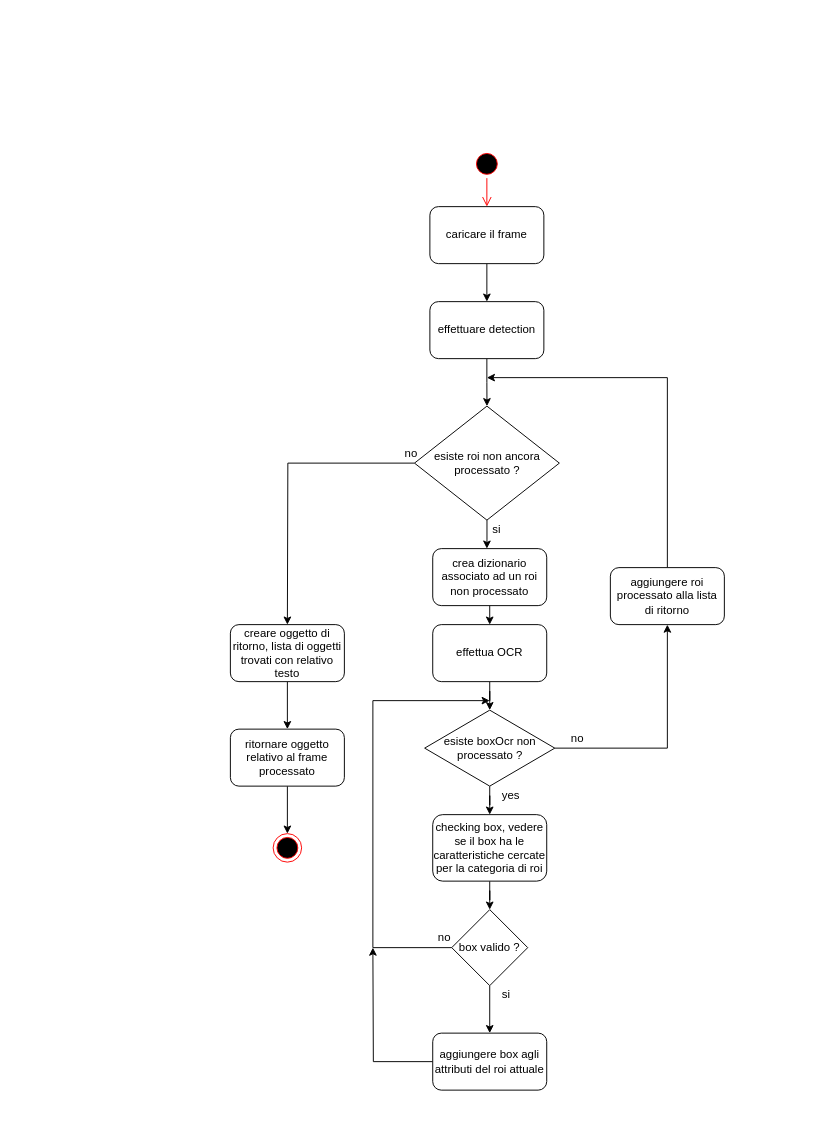
The draw.io diagram report/uml_activity.drawio in Andrew-Wyn/ing_SW_DIL, before the edit. Source tidied: cells renumbered, new cells numbered last; positions are measured from the earlier drawing's top-left corner, leaving out a move shared by most shapes. Both pictures are drawn from the tidied source at 95%, with x=0, y=0 at pixel (230, 149).
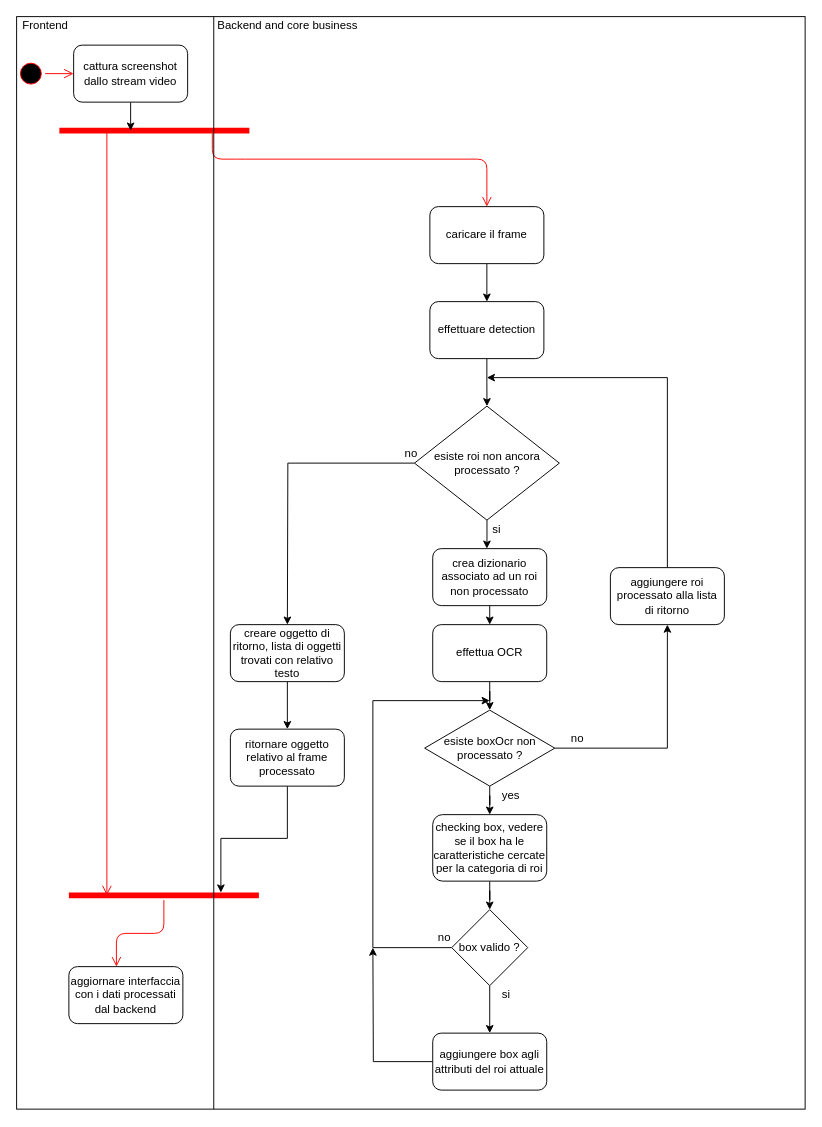
After the change.

Commit message (it also covers changes not shown here):
modified activity and state diagrams, and adjusted their descriptions

Unchanged cells that the change refers to:
```xml
<mxCell id="3" value="caricare il frame" style="rounded=1;whiteSpace=wrap;html=1;" parent="1" vertex="1">
  <mxGeometry x="210" y="60" width="120" height="60" as="geometry" />
</mxCell>
<mxCell id="28" value="ritornare oggetto relativo al frame processato" style="rounded=1;whiteSpace=wrap;html=1;" parent="1" vertex="1">
  <mxGeometry y="610" width="120" height="60" as="geometry" />
</mxCell>
```

What changed in the source:
```diff
@@
+    <mxCell id="38" style="rounded=0;whiteSpace=wrap;html=1;" parent="1" vertex="1">
+      <mxGeometry x="-225" y="-140" width="830" height="1150" as="geometry" />
+    </mxCell>
@@
-    <mxCell id="27" style="edgeStyle=orthogonalEdgeStyle;rounded=0;jettySize=auto;html=1;" parent="1" edge="1" source="28" target="37">
+    <mxCell id="27" style="edgeStyle=orthogonalEdgeStyle;rounded=0;jettySize=auto;html=1;entryX=0.8;entryY=0.2;entryDx=0;entryDy=0;entryPerimeter=0;" parent="1" edge="1" source="28" target="39">
       <mxGeometry relative="1" as="geometry" />
     </mxCell>
@@
-    <mxCell id="35" style="ellipse;html=1;shape=startState;fillColor=#000000;strokeColor=#ff0000;" parent="1" vertex="1">
-      <mxGeometry x="255" width="30" height="30" as="geometry" />
-    </mxCell>
-    <mxCell id="36" style="edgeStyle=orthogonalEdgeStyle;html=1;verticalAlign=bottom;endArrow=open;endSize=8;strokeColor=#ff0000;" parent="1" edge="1" source="35" target="3">
-      <mxGeometry relative="1" as="geometry" />
-    </mxCell>
-    <mxCell id="37" style="ellipse;html=1;shape=endState;fillColor=#000000;strokeColor=#ff0000;" parent="1" vertex="1">
-      <mxGeometry x="45" y="720" width="30" height="30" as="geometry" />
-    </mxCell>
+    <mxCell id="39" style="shape=line;html=1;strokeWidth=6;strokeColor=#ff0000;" parent="1" vertex="1">
+      <mxGeometry x="-170" y="780" width="200" height="10" as="geometry" />
+    </mxCell>
+    <mxCell id="40" style="edgeStyle=orthogonalEdgeStyle;html=1;verticalAlign=bottom;endArrow=open;endSize=8;strokeColor=#ff0000;entryX=0.417;entryY=0;entryDx=0;entryDy=0;entryPerimeter=0;" parent="1" edge="1" source="39" target="46">
+      <mxGeometry relative="1" as="geometry" />
+    </mxCell>
+    <mxCell id="41" style="shape=line;html=1;strokeWidth=6;strokeColor=#ff0000;" parent="1" vertex="1">
+      <mxGeometry x="-180" y="-25" width="200" height="10" as="geometry" />
+    </mxCell>
+    <mxCell id="42" style="edgeStyle=orthogonalEdgeStyle;html=1;verticalAlign=bottom;endArrow=open;endSize=8;strokeColor=#ff0000;exitX=0.25;exitY=0.5;exitDx=0;exitDy=0;exitPerimeter=0;entryX=0.2;entryY=0.5;entryDx=0;entryDy=0;entryPerimeter=0;" parent="1" edge="1" source="41" target="39">
+      <mxGeometry relative="1" as="geometry" />
+    </mxCell>
+    <mxCell id="43" style="edgeStyle=orthogonalEdgeStyle;html=1;verticalAlign=bottom;endArrow=open;endSize=8;strokeColor=#ff0000;exitX=0.805;exitY=0.8;exitDx=0;exitDy=0;exitPerimeter=0;" parent="1" edge="1" source="41">
+      <mxGeometry relative="1" as="geometry">
+        <mxPoint x="270" y="60" as="targetPoint" />
+        <Array as="points">
+          <mxPoint x="6" y="10" />
+          <mxPoint x="270" y="10" />
+          <mxPoint x="270" y="60" />
+        </Array>
+      </mxGeometry>
+    </mxCell>
+    <mxCell id="44" style="edgeStyle=orthogonalEdgeStyle;rounded=0;jettySize=auto;html=1;" parent="1" edge="1" source="45">
+      <mxGeometry relative="1" as="geometry">
+        <mxPoint x="-105" y="-20" as="targetPoint" />
+      </mxGeometry>
+    </mxCell>
+    <mxCell id="45" value="cattura screenshot&lt;br&gt;dallo stream video" style="rounded=1;whiteSpace=wrap;html=1;" parent="1" vertex="1">
+      <mxGeometry x="-165" y="-110" width="120" height="60" as="geometry" />
+    </mxCell>
+    <mxCell id="46" value="aggiornare interfaccia&lt;br&gt;con i dati processati dal backend" style="rounded=1;whiteSpace=wrap;html=1;" parent="1" vertex="1">
+      <mxGeometry x="-170" y="860" width="120" height="60" as="geometry" />
+    </mxCell>
+    <mxCell id="47" style="endArrow=none;html=1;entryX=0.25;entryY=0;entryDx=0;entryDy=0;exitX=0.25;exitY=1;exitDx=0;exitDy=0;" parent="1" edge="1" source="38" target="38">
+      <mxGeometry relative="1" as="geometry" />
+    </mxCell>
+    <mxCell id="48" value="Frontend" style="text;html=1;align=center;verticalAlign=middle;" parent="1" vertex="1">
+      <mxGeometry x="-225" y="-140" width="60" height="20" as="geometry" />
+    </mxCell>
+    <mxCell id="49" value="Backend and core business" style="text;html=1;align=center;verticalAlign=middle;" parent="1" vertex="1">
+      <mxGeometry x="-20" y="-140" width="160" height="20" as="geometry" />
+    </mxCell>
+    <mxCell id="50" style="ellipse;html=1;shape=startState;fillColor=#000000;strokeColor=#ff0000;" parent="1" vertex="1">
+      <mxGeometry x="-225" y="-95" width="30" height="30" as="geometry" />
+    </mxCell>
+    <mxCell id="51" style="edgeStyle=orthogonalEdgeStyle;html=1;verticalAlign=bottom;endArrow=open;endSize=8;strokeColor=#ff0000;" parent="1" edge="1" source="50" target="45">
+      <mxGeometry relative="1" as="geometry" />
+    </mxCell>
```
